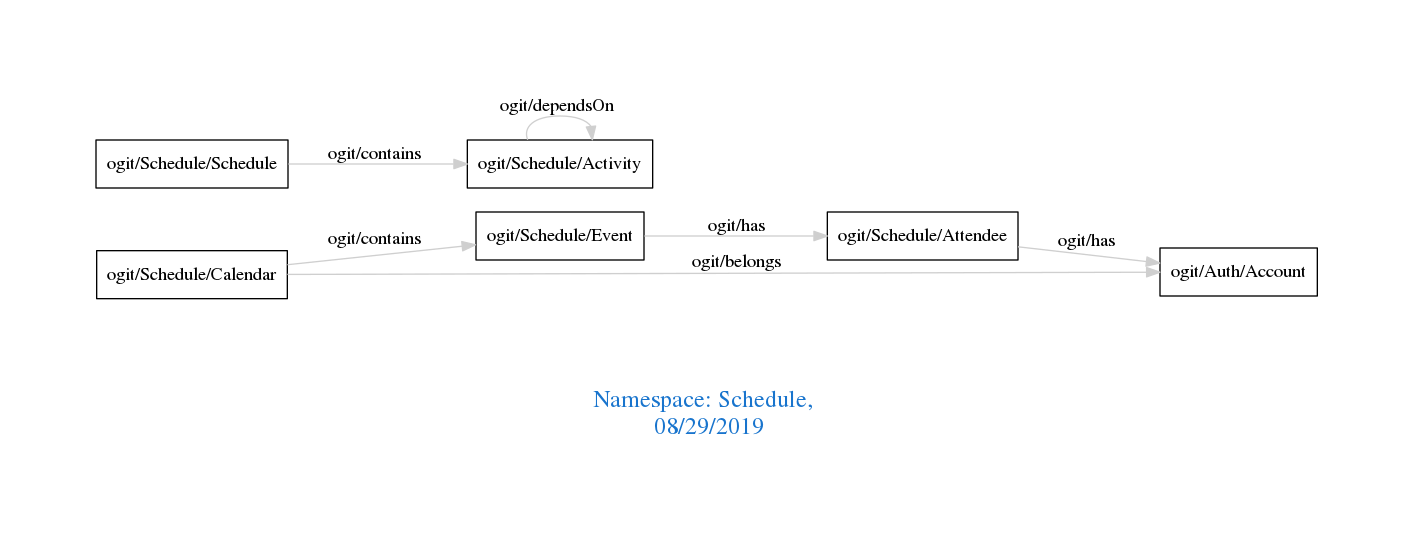
Before: downloads/Schedule.png, a diagram exported from Graphviz (arago/OGIT). Its source is kept beside it as downloads/Schedule.dot.
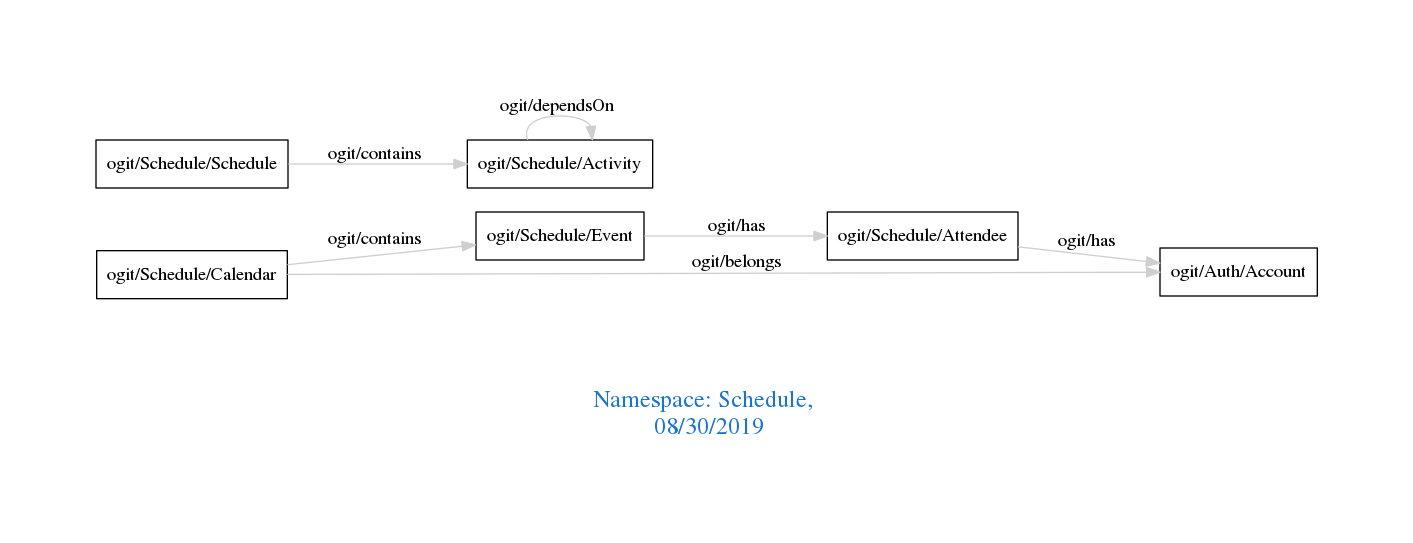
After the commit.

Diff of the diagram source:
```diff
@@ -1,7 +1,7 @@
 digraph OGIT_ontology {
  graph [ rankdir= LR,pad=1
 fontsize = 18,
-fontcolor= dodgerblue3,label = "\n\n\nNamespace: Schedule, \n 08/29/2019"];
+fontcolor= dodgerblue3,label = "\n\n\nNamespace: Schedule, \n 08/30/2019"];
 node[shape=polygon];
 edge [  color="gray81"];
 
```
